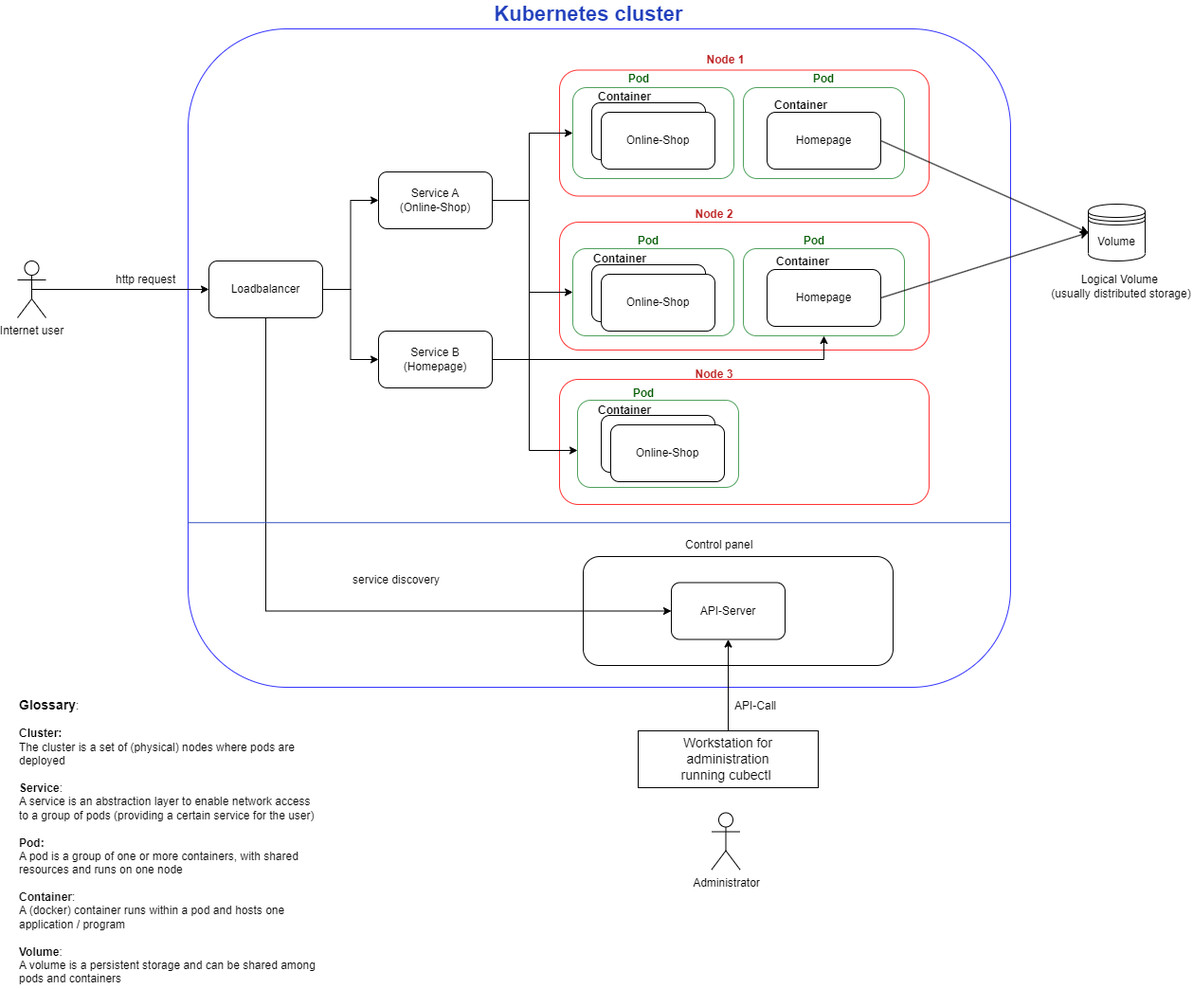
Earlier version of the draw.io export Part-3/3.11/kubernetes.png (HoffmannTom/DevOps-with-Docker). Source tidied: cells renumbered, new cells last; positions are measured from the earlier drawing's top-left corner, leaving out a move shared by most shapes.
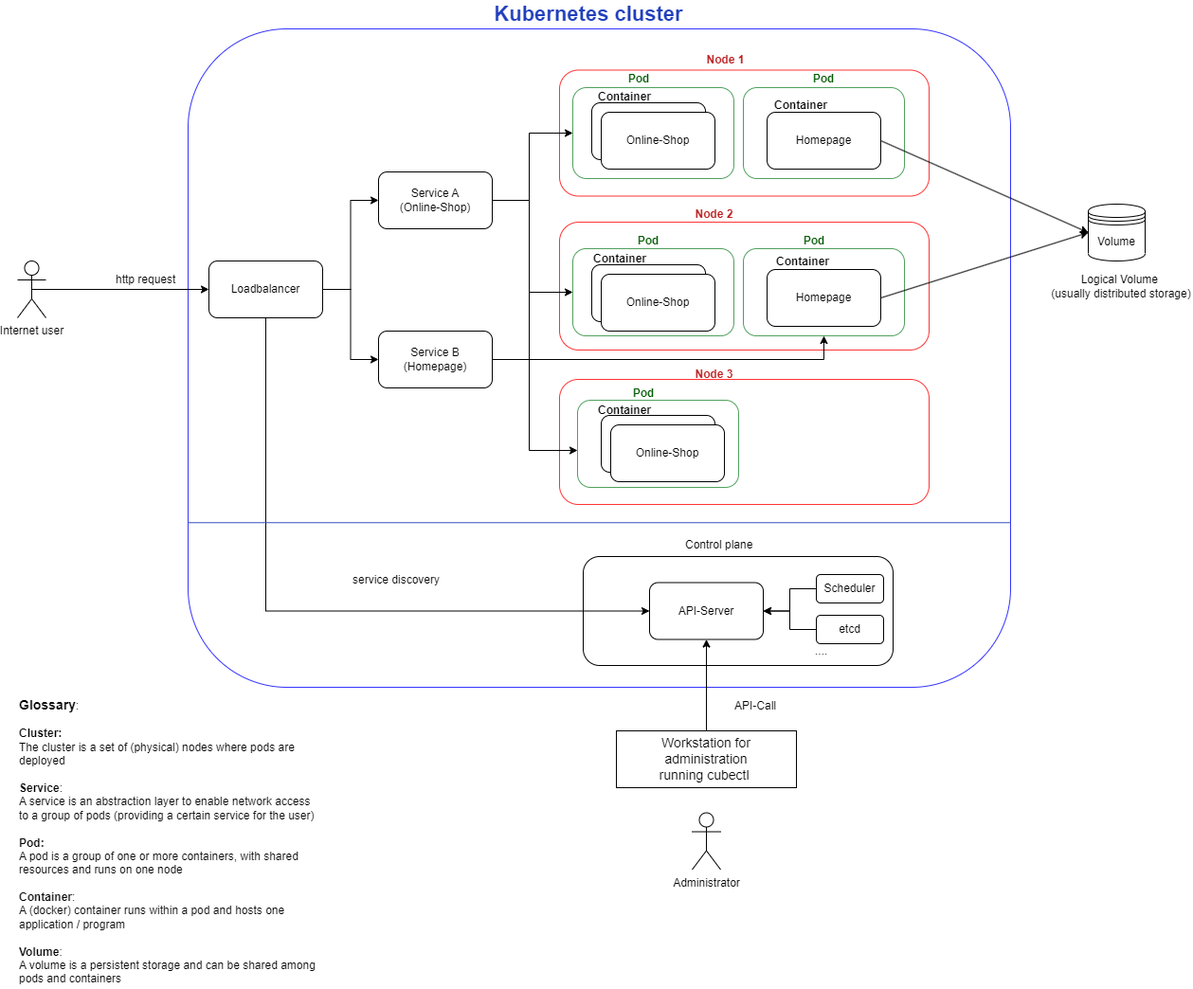
The same diagram one commit later.

Change to the diagram source:
```diff
@@ -90,9 +90,9 @@
       <mxGeometry x="755" y="732.5" width="115" height="25" as="geometry" />
     </mxCell>
     <mxCell id="31" value="API-Server" style="rounded=1;whiteSpace=wrap;html=1;strokeColor=#000000;fontColor=#000000;fillColor=none;" parent="1" vertex="1">
-      <mxGeometry x="690" y="614.5" width="120" height="60" as="geometry" />
+      <mxGeometry x="667" y="614.5" width="120" height="60" as="geometry" />
     </mxCell>
-    <mxCell id="32" value="&lt;div style=&quot;&quot;&gt;Control panel&lt;/div&gt;" style="text;html=1;strokeColor=none;fillColor=none;align=left;verticalAlign=middle;whiteSpace=wrap;rounded=0;" parent="1" vertex="1">
+    <mxCell id="32" value="&lt;div style=&quot;&quot;&gt;Control plane&lt;/div&gt;" style="text;html=1;strokeColor=none;fillColor=none;align=left;verticalAlign=middle;whiteSpace=wrap;rounded=0;" parent="1" vertex="1">
       <mxGeometry x="703" y="562" width="115" height="25" as="geometry" />
     </mxCell>
     <mxCell id="33" style="endArrow=classic;html=1;rounded=0;fontSize=14;fontColor=#000000;entryX=0;entryY=0.5;entryDx=0;entryDy=0;exitX=1;exitY=0.5;exitDx=0;exitDy=0;" parent="1" edge="1" source="15" target="8">
@@ -117,10 +117,10 @@
       <mxGeometry x="1090" y="289" width="150" height="25" as="geometry" />
     </mxCell>
     <mxCell id="40" value="Workstation for &lt;br&gt;administration&lt;br&gt;running&amp;nbsp;cubectl&amp;nbsp;" style="rounded=0;whiteSpace=wrap;html=1;strokeColor=#000000;fontSize=14;fontColor=#000000;fillColor=none;" parent="1" vertex="1">
-      <mxGeometry x="655" y="771" width="190" height="60" as="geometry" />
+      <mxGeometry x="632" y="771" width="190" height="60" as="geometry" />
     </mxCell>
     <mxCell id="41" value="Administrator" style="shape=umlActor;verticalLabelPosition=bottom;verticalAlign=top;html=1;" parent="1" vertex="1">
-      <mxGeometry x="732.5" y="857.5" width="30" height="60" as="geometry" />
+      <mxGeometry x="712" y="857.5" width="30" height="60" as="geometry" />
     </mxCell>
     <mxCell id="42" style="rounded=1;whiteSpace=wrap;html=1;strokeColor=#4fa15d;fontColor=#bc2020;fillColor=none;" parent="1" vertex="1">
       <mxGeometry x="591" y="422" width="170" height="92" as="geometry" />
@@ -191,5 +191,20 @@
     <mxCell id="59" value="Online-Shop" style="rounded=1;whiteSpace=wrap;html=1;" parent="1" vertex="1">
       <mxGeometry x="626" y="448" width="120" height="60" as="geometry" />
     </mxCell>
+    <mxCell id="60" style="edgeStyle=orthogonalEdgeStyle;rounded=0;jettySize=auto;html=1;" parent="1" edge="1" source="61" target="31">
+      <mxGeometry relative="1" as="geometry" />
+    </mxCell>
+    <mxCell id="61" value="Scheduler" style="rounded=1;whiteSpace=wrap;html=1;strokeColor=#000000;fontColor=#000000;fillColor=none;" parent="1" vertex="1">
+      <mxGeometry x="843" y="606" width="71" height="30" as="geometry" />
+    </mxCell>
+    <mxCell id="62" style="edgeStyle=orthogonalEdgeStyle;rounded=0;jettySize=auto;html=1;" parent="1" edge="1" source="63" target="31">
+      <mxGeometry relative="1" as="geometry" />
+    </mxCell>
+    <mxCell id="63" value="etcd" style="rounded=1;whiteSpace=wrap;html=1;strokeColor=#000000;fontColor=#000000;fillColor=none;" parent="1" vertex="1">
+      <mxGeometry x="843" y="649" width="71" height="30" as="geometry" />
+    </mxCell>
+    <mxCell id="64" value="&lt;div style=&quot;&quot;&gt;&lt;span style=&quot;background-color: initial;&quot;&gt;....&lt;/span&gt;&lt;br&gt;&lt;/div&gt;" style="text;html=1;strokeColor=none;fillColor=none;align=left;verticalAlign=middle;whiteSpace=wrap;rounded=0;" parent="1" vertex="1">
+      <mxGeometry x="840" y="674.5" width="115" height="25" as="geometry" />
+    </mxCell>
   </root>
 </mxGraphModel>
```
